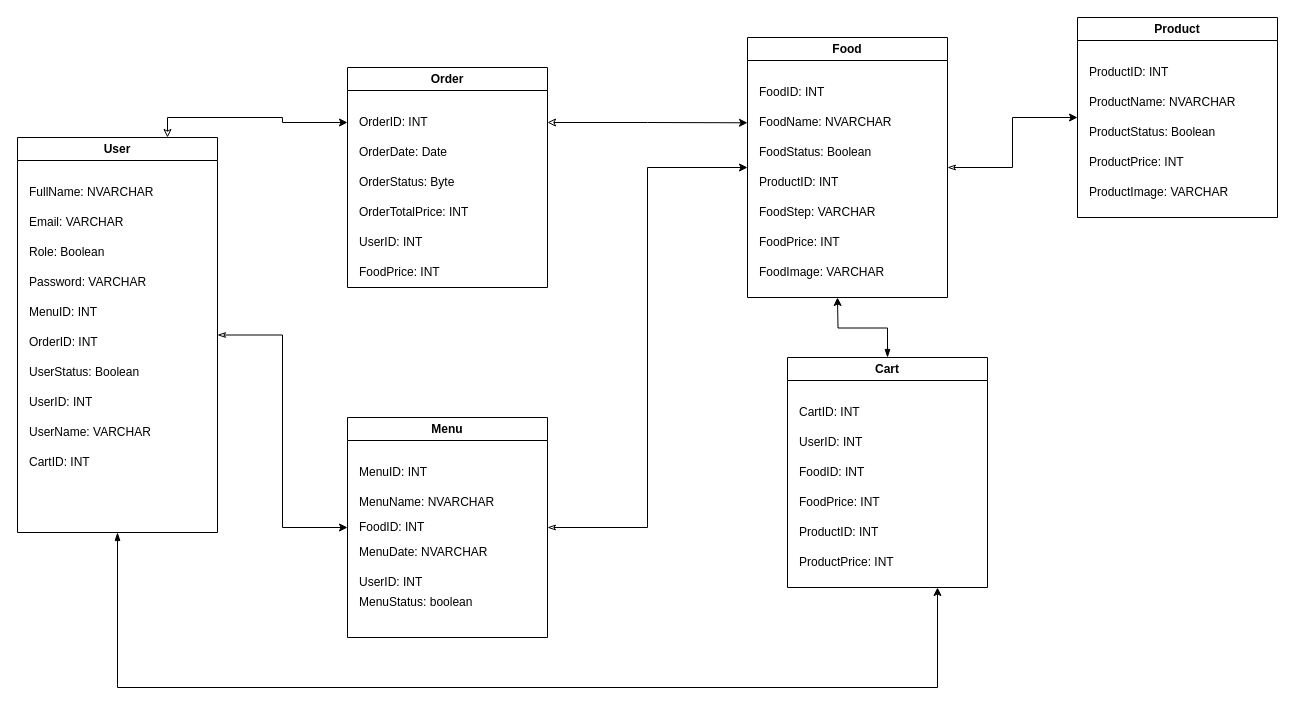
The draw.io diagram FoodyDone1.drawio in Tien-DT/Foody, before the edit. Source tidied: cells renumbered, new cells numbered last; positions are measured from the earlier drawing's top-left corner, leaving out a move shared by most shapes. Both pictures are drawn from the tidied source at 100%, with x=0, y=0 at pixel (17, 17).
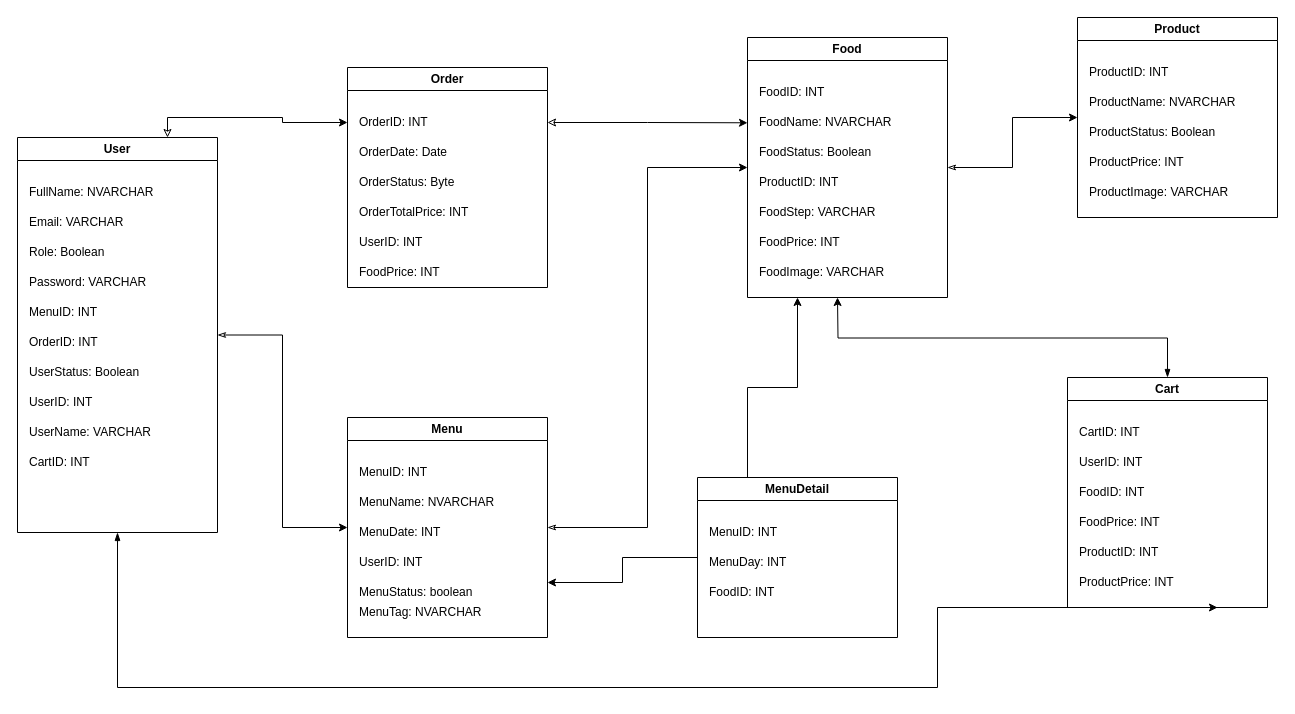
Above is the later version.

The change refers to these unchanged cells:
```xml
<mxCell id="17" value="Menu" style="swimlane;whiteSpace=wrap;html=1;" parent="1" vertex="1">
  <mxGeometry x="330" y="400" width="200" height="220" as="geometry" />
</mxCell>
<mxCell id="25" value="Food" style="swimlane;whiteSpace=wrap;html=1;" parent="1" vertex="1">
  <mxGeometry x="730" y="20" width="200" height="260" as="geometry" />
</mxCell>
```

The edit, as a diff of the source:
```diff
@@
-    <mxCell id="19" value="FoodID: INT" style="text;html=1;align=left;verticalAlign=middle;whiteSpace=wrap;rounded=0;" parent="17" vertex="1">
-      <mxGeometry x="10" y="95" width="160" height="30" as="geometry" />
-    </mxCell>
-    <mxCell id="20" value="MenuDate: NVARCHAR" style="text;html=1;align=left;verticalAlign=middle;whiteSpace=wrap;rounded=0;" parent="17" vertex="1">
-      <mxGeometry x="10" y="120" width="160" height="30" as="geometry" />
+    <mxCell id="20" value="MenuDate: INT" style="text;html=1;align=left;verticalAlign=middle;whiteSpace=wrap;rounded=0;" parent="17" vertex="1">
+      <mxGeometry x="10" y="100" width="160" height="30" as="geometry" />
     </mxCell>
     <mxCell id="21" value="UserID: INT" style="text;html=1;align=left;verticalAlign=middle;whiteSpace=wrap;rounded=0;" parent="17" vertex="1">
-      <mxGeometry x="10" y="150" width="160" height="30" as="geometry" />
+      <mxGeometry x="10" y="130" width="160" height="30" as="geometry" />
     </mxCell>
@@
     <mxCell id="23" value="MenuStatus: boolean" style="text;html=1;align=left;verticalAlign=middle;whiteSpace=wrap;rounded=0;" parent="17" vertex="1">
-      <mxGeometry x="10" y="170" width="160" height="30" as="geometry" />
+      <mxGeometry x="10" y="160" width="160" height="30" as="geometry" />
     </mxCell>
+    <mxCell id="55" value="MenuTag: NVARCHAR" style="text;html=1;align=left;verticalAlign=middle;whiteSpace=wrap;rounded=0;" parent="17" vertex="1">
+      <mxGeometry x="10" y="180" width="160" height="30" as="geometry" />
+    </mxCell>
@@
     <mxCell id="48" value="Cart" style="swimlane;whiteSpace=wrap;html=1;" parent="1" vertex="1">
-      <mxGeometry x="770" y="340" width="200" height="230" as="geometry" />
+      <mxGeometry x="1050" y="360" width="200" height="230" as="geometry" />
     </mxCell>
@@
+    <mxCell id="56" style="edgeStyle=orthogonalEdgeStyle;rounded=0;jettySize=auto;html=1;exitX=0;exitY=0.5;exitDx=0;exitDy=0;entryX=1;entryY=0.75;entryDx=0;entryDy=0;" parent="1" edge="1" source="58" target="17">
+      <mxGeometry relative="1" as="geometry" />
+    </mxCell>
+    <mxCell id="57" style="edgeStyle=orthogonalEdgeStyle;rounded=0;jettySize=auto;html=1;exitX=0.25;exitY=0;exitDx=0;exitDy=0;entryX=0.25;entryY=1;entryDx=0;entryDy=0;" parent="1" edge="1" source="58" target="25">
+      <mxGeometry relative="1" as="geometry" />
+    </mxCell>
+    <mxCell id="58" value="MenuDetail" style="swimlane;whiteSpace=wrap;html=1;" parent="1" vertex="1">
+      <mxGeometry x="680" y="460" width="200" height="160" as="geometry" />
+    </mxCell>
+    <mxCell id="59" value="MenuID: INT" style="text;html=1;align=left;verticalAlign=middle;whiteSpace=wrap;rounded=0;" parent="58" vertex="1">
+      <mxGeometry x="10" y="40" width="160" height="30" as="geometry" />
+    </mxCell>
+    <mxCell id="19" value="FoodID: INT" style="text;html=1;align=left;verticalAlign=middle;whiteSpace=wrap;rounded=0;" parent="58" vertex="1">
+      <mxGeometry x="10" y="100" width="160" height="30" as="geometry" />
+    </mxCell>
+    <mxCell id="60" value="MenuDay: INT" style="text;html=1;align=left;verticalAlign=middle;whiteSpace=wrap;rounded=0;" parent="58" vertex="1">
+      <mxGeometry x="10" y="70" width="160" height="30" as="geometry" />
+    </mxCell>
```
